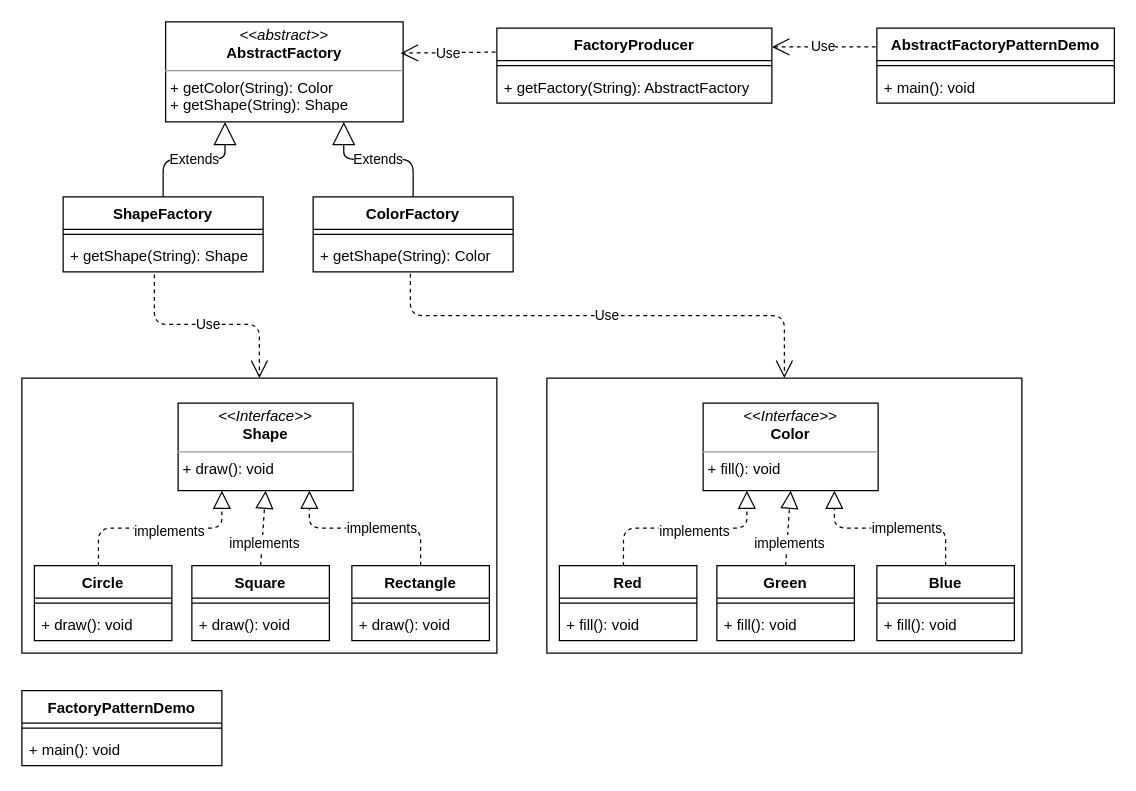
Earlier version of the draw.io diagram 类图/创建型模式/抽象工厂模式.drawio (motein/DesignPattern). Source tidied: cells renumbered, new cells numbered last; positions are measured from the earlier drawing's top-left corner, leaving out a move shared by most shapes. Both pictures are drawn from the tidied source at 125%, with x=0, y=0 at pixel (21, 21).
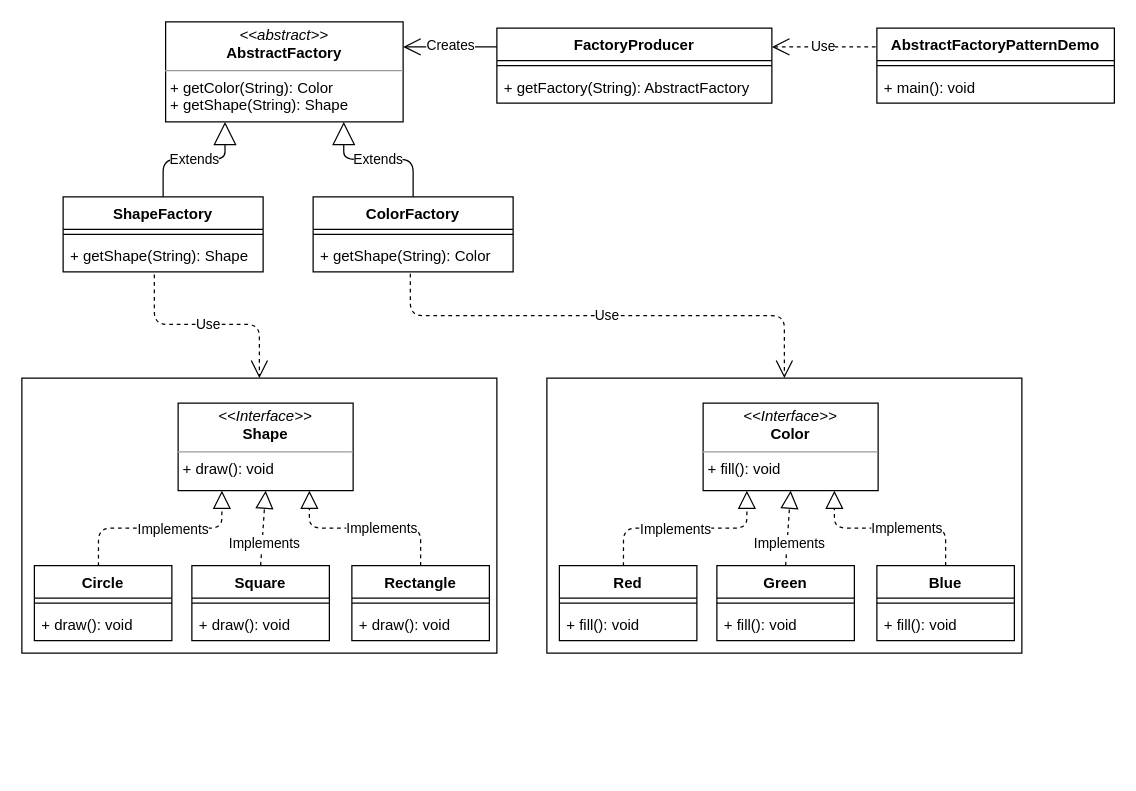
Above is the later version.

Unchanged cells that the change refers to:
```xml
<mxCell id="4" style="endArrow=block;dashed=1;endFill=0;endSize=12;html=1;entryX=0.25;entryY=1;entryDx=0;entryDy=0;exitX=0.466;exitY=0.005;exitDx=0;exitDy=0;edgeStyle=orthogonalEdgeStyle;exitPerimeter=0;" parent="1" edge="1" source="10" target="3">
  <mxGeometry relative="1" as="geometry" />
</mxCell>
<mxCell id="6" style="endArrow=block;dashed=1;endFill=0;endSize=12;html=1;entryX=0.5;entryY=1;entryDx=0;entryDy=0;exitX=0.5;exitY=0;exitDx=0;exitDy=0;" parent="1" edge="1" source="13" target="3">
  <mxGeometry relative="1" as="geometry" />
</mxCell>
<mxCell id="8" style="endArrow=block;dashed=1;endFill=0;endSize=12;html=1;entryX=0.75;entryY=1;entryDx=0;entryDy=0;exitX=0.5;exitY=0;exitDx=0;exitDy=0;edgeStyle=orthogonalEdgeStyle;" parent="1" edge="1" source="16" target="3">
  <mxGeometry relative="1" as="geometry" />
</mxCell>
<mxCell id="27" style="endArrow=block;dashed=1;endFill=0;endSize=12;html=1;entryX=0.25;entryY=1;entryDx=0;entryDy=0;exitX=0.466;exitY=0.005;exitDx=0;exitDy=0;edgeStyle=orthogonalEdgeStyle;exitPerimeter=0;" parent="1" edge="1" source="33" target="26">
  <mxGeometry relative="1" as="geometry" />
</mxCell>
<mxCell id="29" style="endArrow=block;dashed=1;endFill=0;endSize=12;html=1;entryX=0.5;entryY=1;entryDx=0;entryDy=0;exitX=0.5;exitY=0;exitDx=0;exitDy=0;" parent="1" edge="1" source="36" target="26">
  <mxGeometry relative="1" as="geometry" />
</mxCell>
<mxCell id="31" style="endArrow=block;dashed=1;endFill=0;endSize=12;html=1;entryX=0.75;entryY=1;entryDx=0;entryDy=0;exitX=0.5;exitY=0;exitDx=0;exitDy=0;edgeStyle=orthogonalEdgeStyle;" parent="1" edge="1" source="39" target="26">
  <mxGeometry relative="1" as="geometry" />
</mxCell>
<mxCell id="45" value="&lt;p style=&quot;margin: 0px ; margin-top: 4px ; text-align: center&quot;&gt;&lt;i&gt;&amp;lt;&amp;lt;abstract&amp;gt;&amp;gt;&lt;/i&gt;&lt;br&gt;&lt;b&gt;AbstractFactory&lt;/b&gt;&lt;/p&gt;&lt;hr size=&quot;1&quot;&gt;&lt;p style=&quot;margin: 0px ; margin-left: 4px&quot;&gt;+ getColor(String): Color&lt;br&gt;+ getShape(String): Shape&lt;/p&gt;" style="verticalAlign=top;align=left;overflow=fill;fontSize=12;fontFamily=Helvetica;html=1;" parent="1" vertex="1">
  <mxGeometry x="115" width="190" height="80" as="geometry" />
</mxCell>
<mxCell id="50" value="FactoryProducer" style="swimlane;fontStyle=1;align=center;verticalAlign=top;horizontal=1;startSize=26;" parent="1" vertex="1">
  <mxGeometry x="380" y="5" width="220" height="60" as="geometry" />
</mxCell>
```

What changed in the source:
```diff
@@
-    <mxCell id="5" value="implements" style="edgeLabel;html=1;align=center;verticalAlign=middle;" parent="4" vertex="1">
-      <mxGeometry x="0.09" y="-2" relative="1" as="geometry" />
+    <mxCell id="5" value="Implements" style="edgeLabel;html=1;align=center;verticalAlign=middle;" parent="4" vertex="1">
+      <mxGeometry x="0.09" y="-2" relative="1" as="geometry">
+        <mxPoint x="2.2" y="-2" as="offset" />
+      </mxGeometry>
     </mxCell>
@@
-    <mxCell id="7" value="implements" style="edgeLabel;html=1;align=center;verticalAlign=middle;" parent="6" vertex="1">
+    <mxCell id="7" value="Implements" style="edgeLabel;html=1;align=center;verticalAlign=middle;" parent="6" vertex="1">
       <mxGeometry x="-0.36" y="-1" relative="1" as="geometry" />
     </mxCell>
@@
-    <mxCell id="9" value="implements" style="edgeLabel;html=1;align=center;verticalAlign=middle;" parent="8" vertex="1">
+    <mxCell id="9" value="Implements" style="edgeLabel;html=1;align=center;verticalAlign=middle;" parent="8" vertex="1">
       <mxGeometry x="-0.17" y="-1" relative="1" as="geometry" />
     </mxCell>
@@
-    <mxCell id="22" value="FactoryPatternDemo" style="swimlane;fontStyle=1;align=center;verticalAlign=top;horizontal=1;startSize=26;" parent="1" vertex="1">
-      <mxGeometry y="535" width="160" height="60" as="geometry" />
-    </mxCell>
-    <mxCell id="23" style="line;strokeWidth=1;fillColor=none;align=left;verticalAlign=middle;spacingTop=-1;spacingLeft=3;spacingRight=3;labelPosition=right;" parent="22" vertex="1">
-      <mxGeometry y="26" width="160" height="8" as="geometry" />
-    </mxCell>
-    <mxCell id="24" value="+ main(): void" style="text;strokeColor=none;fillColor=none;align=left;verticalAlign=top;spacingLeft=4;spacingRight=4;overflow=hidden;" parent="22" vertex="1">
-      <mxGeometry y="34" width="160" height="26" as="geometry" />
-    </mxCell>
@@
-    <mxCell id="28" value="implements" style="edgeLabel;html=1;align=center;verticalAlign=middle;" parent="27" vertex="1">
-      <mxGeometry x="0.09" y="-2" relative="1" as="geometry" />
+    <mxCell id="28" value="Implements" style="edgeLabel;html=1;align=center;verticalAlign=middle;" parent="27" vertex="1">
+      <mxGeometry x="0.09" y="-2" relative="1" as="geometry">
+        <mxPoint x="-15.8" y="-2" as="offset" />
+      </mxGeometry>
     </mxCell>
@@
-    <mxCell id="30" value="implements" style="edgeLabel;html=1;align=center;verticalAlign=middle;" parent="29" vertex="1">
+    <mxCell id="30" value="Implements" style="edgeLabel;html=1;align=center;verticalAlign=middle;" parent="29" vertex="1">
       <mxGeometry x="-0.36" y="-1" relative="1" as="geometry" />
     </mxCell>
@@
-    <mxCell id="32" value="implements" style="edgeLabel;html=1;align=center;verticalAlign=middle;" parent="31" vertex="1">
+    <mxCell id="32" value="Implements" style="edgeLabel;html=1;align=center;verticalAlign=middle;" parent="31" vertex="1">
       <mxGeometry x="-0.17" y="-1" relative="1" as="geometry" />
     </mxCell>
@@
-    <mxCell id="57" value="Use" style="endArrow=open;endSize=12;dashed=1;html=1;entryX=1;entryY=0.25;entryDx=0;entryDy=0;exitX=-0.005;exitY=0.32;exitDx=0;exitDy=0;exitPerimeter=0;" parent="1" edge="1" source="50">
-      <mxGeometry relative="1" as="geometry">
-        <mxPoint x="303" y="25" as="targetPoint" />
-      </mxGeometry>
-    </mxCell>
+    <mxCell id="58" style="endArrow=open;endFill=1;endSize=12;html=1;entryX=1;entryY=0.25;entryDx=0;entryDy=0;exitX=0;exitY=0.25;exitDx=0;exitDy=0;" parent="1" edge="1" source="50" target="45">
+      <mxGeometry relative="1" as="geometry" />
+    </mxCell>
+    <mxCell id="59" value="Creates" style="edgeLabel;html=1;align=center;verticalAlign=middle;" parent="58" vertex="1">
+      <mxGeometry x="-0.42" y="-1" relative="1" as="geometry">
+        <mxPoint x="-15.3" as="offset" />
+      </mxGeometry>
+    </mxCell>
```
